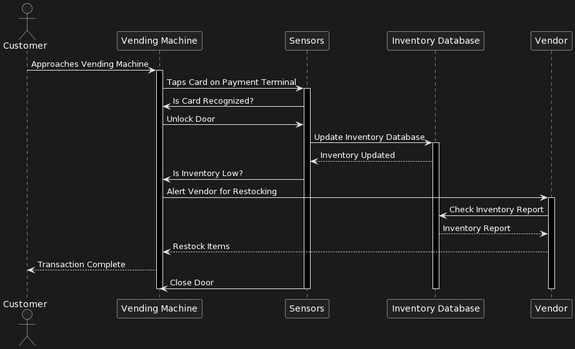
Before: plantUML/activity.png, a diagram exported from PlantUML (Erkesto/practice). Source of this version:
```plantuml
@startuml
actor Customer
participant "Vending Machine" as VM
participant Sensors
participant "Inventory Database" as DB
participant Vendor

Customer -> VM : Approaches Vending Machine
activate VM
VM -> Sensors : Taps Card on Payment Terminal
activate Sensors
Sensors -> VM : Is Card Recognized?
VM -> Sensors : Unlock Door
Sensors -> DB : Update Inventory Database
activate DB
DB --> Sensors : Inventory Updated
Sensors -> VM : Is Inventory Low?
VM -> Vendor : Alert Vendor for Restocking
activate Vendor
Vendor -> DB : Check Inventory Report
DB --> Vendor : Inventory Report
Vendor --> VM : Restock Items
VM --> Customer : Transaction Complete
Sensors -> VM : Close Door
deactivate Sensors
deactivate DB
deactivate Vendor
deactivate VM
@enduml
```
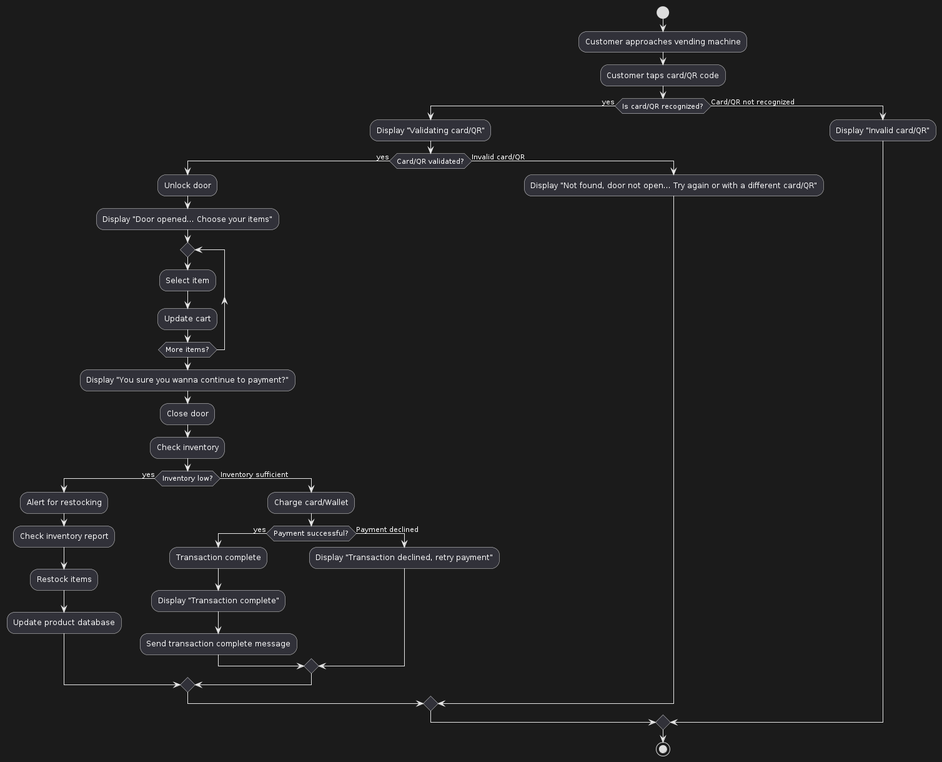
After the commit.

Change to the diagram source:
```diff
@@ -1,29 +1,39 @@
 @startuml
-actor Customer
-participant "Vending Machine" as VM
-participant Sensors
-participant "Inventory Database" as DB
-participant Vendor
-
-Customer -> VM : Approaches Vending Machine
-activate VM
-VM -> Sensors : Taps Card on Payment Terminal
-activate Sensors
-Sensors -> VM : Is Card Recognized?
-VM -> Sensors : Unlock Door
-Sensors -> DB : Update Inventory Database
-activate DB
-DB --> Sensors : Inventory Updated
-Sensors -> VM : Is Inventory Low?
-VM -> Vendor : Alert Vendor for Restocking
-activate Vendor
-Vendor -> DB : Check Inventory Report
-DB --> Vendor : Inventory Report
-Vendor --> VM : Restock Items
-VM --> Customer : Transaction Complete
-Sensors -> VM : Close Door
-deactivate Sensors
-deactivate DB
-deactivate Vendor
-deactivate VM
+start
+:Customer approaches vending machine;
+:Customer taps card/QR code;
+if (Is card/QR recognized?) then (yes)
+  :Display "Validating card/QR";
+  if (Card/QR validated?) then (yes)
+    :Unlock door;
+    :Display "Door opened... Choose your items";
+    repeat
+      :Select item;
+      :Update cart;
+    repeat while (More items?);
+    :Display "You sure you wanna continue to payment?";
+    :Close door;
+    :Check inventory;
+    if (Inventory low?) then (yes)
+      :Alert for restocking;
+      :Check inventory report;
+      :Restock items;
+      :Update product database;
+    else (Inventory sufficient)
+      :Charge card/Wallet;
+      if (Payment successful?) then (yes)
+        :Transaction complete;
+        :Display "Transaction complete";
+        :Send transaction complete message;
+      else (Payment declined)
+        :Display "Transaction declined, retry payment";
+      endif
+    endif
+  else (Invalid card/QR)
+    :Display "Not found, door not open... Try again or with a different card/QR";
+  endif
+else (Card/QR not recognized)
+  :Display "Invalid card/QR";
+endif
+stop
 @enduml
```
